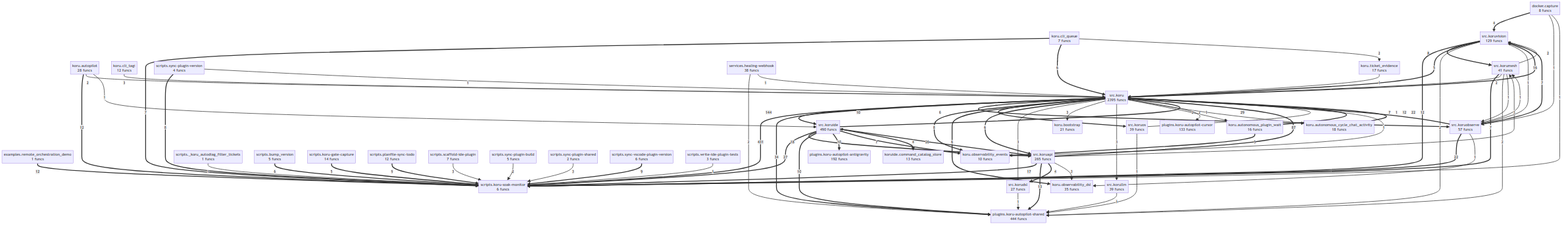
Earlier version of the Mermaid export project/compact_flow.png (semcod/koru). Its source is kept beside it as project/compact_flow.mmd.
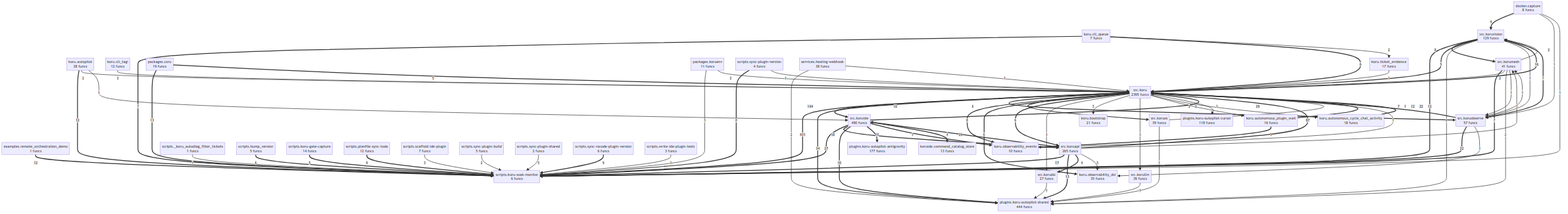
Above is the later version.

The edit, as a diff of the source:
```diff
@@ -11,8 +11,10 @@
     koru__observability_events["koru.observability_events<br/>10 funcs"]
     koru__ticket_evidence["koru.ticket_evidence<br/>17 funcs"]
     koruide__command_catalog_store["koruide.command_catalog_store<br/>13 funcs"]
-    plugins__koru_autopilot_antigravity["plugins.koru-autopilot-antigravity<br/>192 funcs"]
-    plugins__koru_autopilot_cursor["plugins.koru-autopilot-cursor<br/>133 funcs"]
+    packages__coru["packages.coru<br/>19 funcs"]
+    packages__koruenv["packages.koruenv<br/>11 funcs"]
+    plugins__koru_autopilot_antigravity["plugins.koru-autopilot-antigravity<br/>177 funcs"]
+    plugins__koru_autopilot_cursor["plugins.koru-autopilot-cursor<br/>118 funcs"]
     plugins__koru_autopilot_shared["plugins.koru-autopilot-shared<br/>444 funcs"]
     scripts___koru_autodiag_filter_tickets["scripts._koru_autodiag_filter_tickets<br/>1 funcs"]
     scripts__bump_version["scripts.bump_version<br/>5 funcs"]
@@ -48,6 +50,7 @@
     src__koruapi ==>|17| scripts__koru_soak_monitor
     src__koru ==>|16| src__koruvision
     src__koruapi ==>|13| plugins__koru_autopilot_shared
+    packages__coru ==>|13| scripts__koru_soak_monitor
     examples__remote_orchestration_demo ==>|12| scripts__koru_soak_monitor
     src__koruvision ==>|12| scripts__koru_soak_monitor
     koru__autonomous_plugin_wait ==>|12| src__koru
@@ -73,6 +76,7 @@
     src__koruvision ==>|5| src__koru
     koru__autonomous_plugin_wait ==>|5| koru__observability_events
     scripts__koru_gate_capture ==>|5| scripts__koru_soak_monitor
+    packages__coru ==>|5| src__koru
     src__koruapi ==>|4| src__korudsl
     src__koruide ==>|4| koruide__command_catalog_store
     docker__capture ==>|4| src__koruvision
@@ -84,6 +88,7 @@
     koru__cli_tagi -->|3| src__koru
     scripts__sync_plugin_shared -->|3| scripts__koru_soak_monitor
     scripts__scaffold_ide_plugin -->|3| scripts__koru_soak_monitor
+    packages__koruenv -->|3| scripts__koru_soak_monitor
     services__healing_webhook -->|2| plugins__koru_autopilot_shared
     src__koruvision -->|2| plugins__koru_autopilot_shared
     src__korumesh -->|2| src__koru
@@ -94,6 +99,7 @@
     src__koru -->|2| koru__autonomous_cycle_chat_activity
     koru__autopilot -->|2| src__koru
     scripts__sync_plugin_build -->|2| scripts__koru_soak_monitor
+    packages__koruenv -->|2| src__koru
     services__healing_webhook -->|1| src__koru
     src__koruobserve -->|1| src__korumesh
     src__koruobserve -->|1| koru__observability_dsl
```
